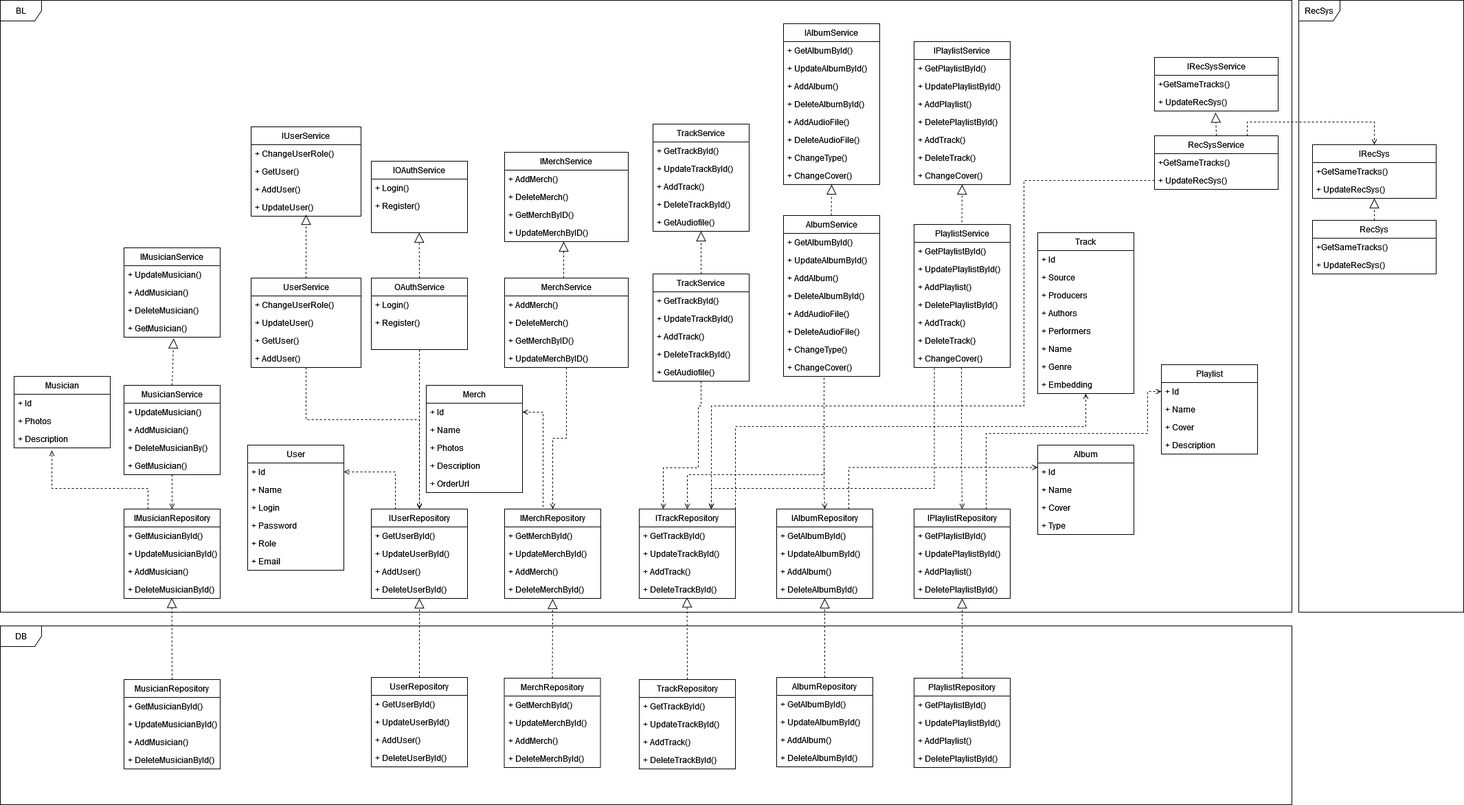
BuldakovMikhail/muzyaka keeps this draw.io diagram as docs/classdiag.png. Above is the earlier version. Source tidied: cells renumbered, new cells last; positions are measured from the earlier drawing's top-left corner, leaving out a move shared by most shapes.
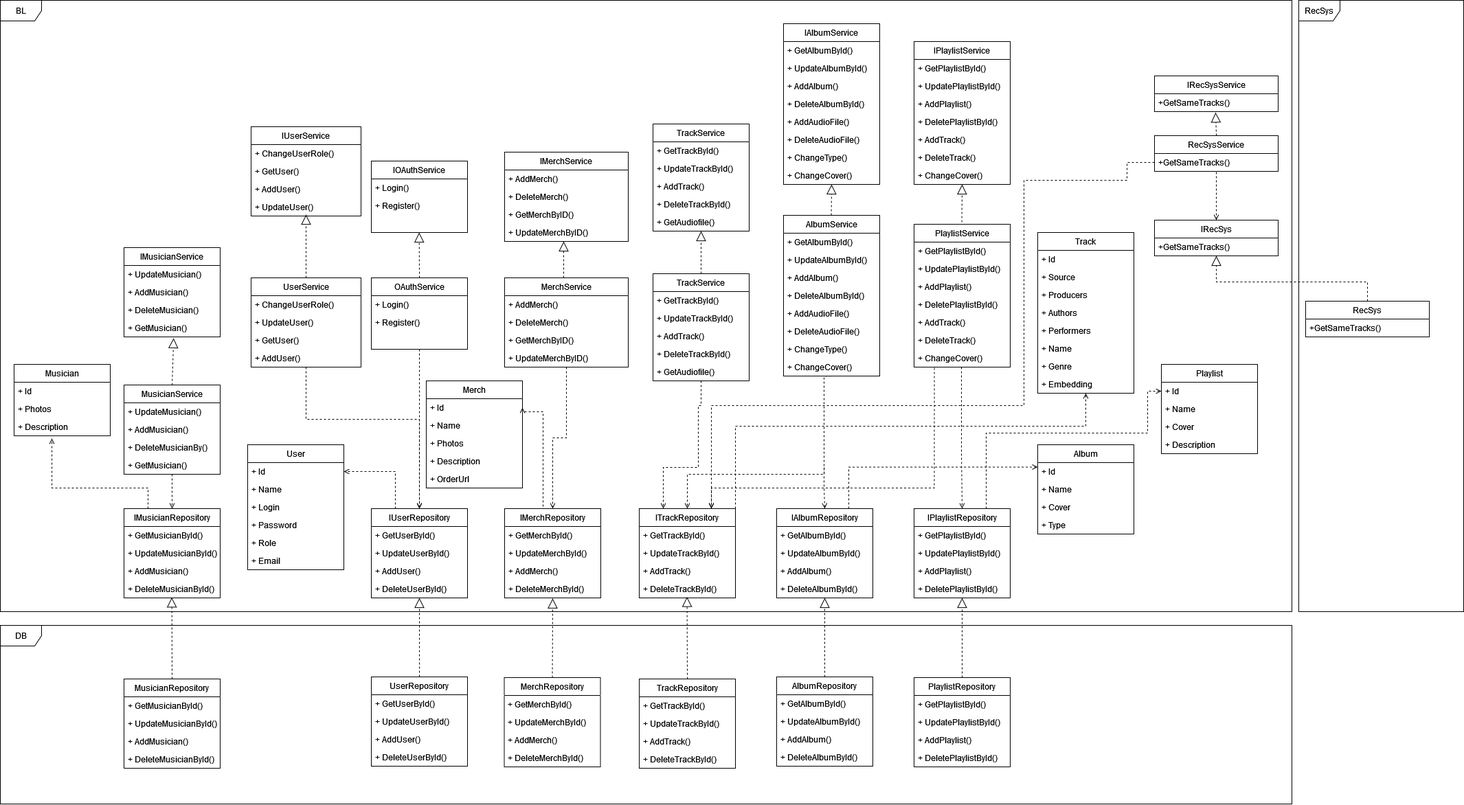
The same file after the commit.

Change to the diagram source:
```diff
@@ -585,7 +585,7 @@
       <mxGeometry width="1880" height="890" as="geometry" />
     </mxCell>
     <mxCell id="175" value="Musician" style="swimlane;fontStyle=0;horizontal=1;startSize=26;fillColor=none;whiteSpace=wrap;html=1;" parent="1" vertex="1">
-      <mxGeometry x="20" y="547" width="140" height="104" as="geometry" />
+      <mxGeometry x="20" y="530" width="140" height="104" as="geometry" />
     </mxCell>
     <mxCell id="176" value="+ Id" style="text;strokeColor=none;fillColor=none;align=left;verticalAlign=top;spacingLeft=4;spacingRight=4;overflow=hidden;whiteSpace=wrap;html=1;" parent="175" vertex="1">
       <mxGeometry y="26" width="140" height="26" as="geometry" />
@@ -626,7 +626,7 @@
       <mxGeometry y="156" width="140" height="26" as="geometry" />
     </mxCell>
     <mxCell id="187" value="Merch" style="swimlane;fontStyle=0;horizontal=1;startSize=26;fillColor=none;whiteSpace=wrap;html=1;" parent="1" vertex="1">
-      <mxGeometry x="620" y="560" width="140" height="156" as="geometry" />
+      <mxGeometry x="620" y="554" width="140" height="156" as="geometry" />
     </mxCell>
     <mxCell id="188" value="+ Id" style="text;strokeColor=none;fillColor=none;align=left;verticalAlign=top;spacingLeft=4;spacingRight=4;overflow=hidden;points=[[0,0.5],[1,0.5]];portConstraint=eastwest;whiteSpace=wrap;html=1;" parent="187" vertex="1">
       <mxGeometry y="26" width="140" height="26" as="geometry" />
@@ -704,53 +704,55 @@
       <mxGeometry x="1890" width="240" height="890" as="geometry" />
     </mxCell>
     <mxCell id="213" value="IRecSys" style="swimlane;fontStyle=0;horizontal=1;startSize=26;fillColor=none;whiteSpace=wrap;html=1;" parent="1" vertex="1">
-      <mxGeometry x="1910" y="210" width="180" height="78" as="geometry" />
+      <mxGeometry x="1680" y="320" width="180" height="52" as="geometry" />
     </mxCell>
     <mxCell id="214" value="+GetSameTracks()" style="text;strokeColor=none;fillColor=none;align=left;verticalAlign=top;spacingLeft=4;spacingRight=4;overflow=hidden;whiteSpace=wrap;html=1;" parent="213" vertex="1">
       <mxGeometry y="26" width="180" height="26" as="geometry" />
     </mxCell>
-    <mxCell id="215" value="+ UpdateRecSys()" style="text;strokeColor=none;fillColor=none;align=left;verticalAlign=top;spacingLeft=4;spacingRight=4;overflow=hidden;points=[[0,0.5],[1,0.5]];portConstraint=eastwest;whiteSpace=wrap;html=1;" parent="213" vertex="1">
-      <mxGeometry y="52" width="180" height="26" as="geometry" />
-    </mxCell>
     <mxCell id="216" value="RecSys" style="swimlane;fontStyle=0;horizontal=1;startSize=26;fillColor=none;whiteSpace=wrap;html=1;" parent="1" vertex="1">
-      <mxGeometry x="1910" y="320" width="180" height="78" as="geometry" />
+      <mxGeometry x="1900" y="438" width="180" height="52" as="geometry" />
     </mxCell>
     <mxCell id="217" value="+GetSameTracks()" style="text;strokeColor=none;fillColor=none;align=left;verticalAlign=top;spacingLeft=4;spacingRight=4;overflow=hidden;whiteSpace=wrap;html=1;" parent="216" vertex="1">
       <mxGeometry y="26" width="180" height="26" as="geometry" />
     </mxCell>
-    <mxCell id="218" value="+ UpdateRecSys()" style="text;strokeColor=none;fillColor=none;align=left;verticalAlign=top;spacingLeft=4;spacingRight=4;overflow=hidden;whiteSpace=wrap;html=1;" parent="216" vertex="1">
-      <mxGeometry y="52" width="180" height="26" as="geometry" />
-    </mxCell>
-    <mxCell id="219" style="endArrow=block;dashed=1;endFill=0;endSize=12;html=1;rounded=0;exitX=0.5;exitY=0;exitDx=0;exitDy=0;" parent="1" edge="1" source="216" target="215">
-      <mxGeometry relative="1" as="geometry" />
+    <mxCell id="219" style="endArrow=block;dashed=1;endFill=0;endSize=12;html=1;rounded=0;exitX=0.5;exitY=0;exitDx=0;exitDy=0;entryX=0.5;entryY=1;entryDx=0;entryDy=0;" parent="1" edge="1" source="216" target="213">
+      <mxGeometry relative="1" as="geometry">
+        <Array as="points">
+          <mxPoint x="1990" y="410" />
+          <mxPoint x="1770" y="410" />
+        </Array>
+      </mxGeometry>
     </mxCell>
-    <mxCell id="220" style="edgeStyle=orthogonalEdgeStyle;rounded=0;jettySize=auto;html=1;exitX=0.75;exitY=0;exitDx=0;exitDy=0;entryX=0.5;entryY=0;entryDx=0;entryDy=0;dashed=1;endArrow=open;endFill=0;" parent="1" edge="1" source="221" target="213">
-      <mxGeometry relative="1" as="geometry" />
+    <mxCell id="220" style="edgeStyle=orthogonalEdgeStyle;rounded=0;jettySize=auto;html=1;exitX=0.5;exitY=1.038;exitDx=0;exitDy=0;entryX=0.5;entryY=0;entryDx=0;entryDy=0;dashed=1;endArrow=open;endFill=0;exitPerimeter=0;" parent="1" edge="1" source="222" target="213">
+      <mxGeometry relative="1" as="geometry">
+        <Array as="points">
+          <mxPoint x="1770" y="290" />
+          <mxPoint x="1770" y="290" />
+        </Array>
+      </mxGeometry>
     </mxCell>
     <mxCell id="221" value="RecSysService" style="swimlane;fontStyle=0;horizontal=1;startSize=26;fillColor=none;whiteSpace=wrap;html=1;" parent="1" vertex="1">
-      <mxGeometry x="1680" y="197" width="180" height="78" as="geometry" />
+      <mxGeometry x="1680" y="197" width="180" height="52" as="geometry" />
     </mxCell>
     <mxCell id="222" value="+GetSameTracks()" style="text;strokeColor=none;fillColor=none;align=left;verticalAlign=top;spacingLeft=4;spacingRight=4;overflow=hidden;points=[[0,0.5],[1,0.5]];portConstraint=eastwest;whiteSpace=wrap;html=1;" parent="221" vertex="1">
       <mxGeometry y="26" width="180" height="26" as="geometry" />
     </mxCell>
-    <mxCell id="223" value="+ UpdateRecSys()" style="text;strokeColor=none;fillColor=none;align=left;verticalAlign=top;spacingLeft=4;spacingRight=4;overflow=hidden;points=[[0,0.5],[1,0.5]];portConstraint=eastwest;whiteSpace=wrap;html=1;" parent="221" vertex="1">
-      <mxGeometry y="52" width="180" height="26" as="geometry" />
-    </mxCell>
     <mxCell id="224" value="IRecSysService" style="swimlane;fontStyle=0;horizontal=1;startSize=26;fillColor=none;whiteSpace=wrap;html=1;" parent="1" vertex="1">
-      <mxGeometry x="1680" y="83" width="180" height="78" as="geometry" />
+      <mxGeometry x="1680" y="110" width="180" height="52" as="geometry" />
     </mxCell>
     <mxCell id="225" value="+GetSameTracks()" style="text;strokeColor=none;fillColor=none;align=left;verticalAlign=top;spacingLeft=4;spacingRight=4;overflow=hidden;whiteSpace=wrap;html=1;" parent="224" vertex="1">
       <mxGeometry y="26" width="180" height="26" as="geometry" />
     </mxCell>
-    <mxCell id="226" value="+ UpdateRecSys()" style="text;strokeColor=none;fillColor=none;align=left;verticalAlign=top;spacingLeft=4;spacingRight=4;overflow=hidden;points=[[0,0.5],[1,0.5]];portConstraint=eastwest;whiteSpace=wrap;html=1;" parent="224" vertex="1">
-      <mxGeometry y="52" width="180" height="26" as="geometry" />
-    </mxCell>
-    <mxCell id="227" style="endArrow=block;dashed=1;endFill=0;endSize=12;html=1;rounded=0;exitX=0.5;exitY=0;exitDx=0;exitDy=0;entryX=0.494;entryY=1.09;entryDx=0;entryDy=0;entryPerimeter=0;" parent="1" edge="1" source="221" target="226">
-      <mxGeometry relative="1" as="geometry" />
+    <mxCell id="227" style="endArrow=block;dashed=1;endFill=0;endSize=12;html=1;rounded=0;exitX=0.5;exitY=0;exitDx=0;exitDy=0;entryX=0.494;entryY=1.09;entryDx=0;entryDy=0;entryPerimeter=0;" parent="1" edge="1" source="221">
+      <mxGeometry relative="1" as="geometry">
+        <mxPoint x="1768.9" y="163.3" as="targetPoint" />
+      </mxGeometry>
     </mxCell>
-    <mxCell id="228" style="edgeStyle=orthogonalEdgeStyle;rounded=0;jettySize=auto;html=1;exitX=0;exitY=0.5;exitDx=0;exitDy=0;entryX=0.75;entryY=0;entryDx=0;entryDy=0;endArrow=open;endFill=0;dashed=1;" parent="1" edge="1" source="223" target="59">
+    <mxCell id="228" style="edgeStyle=orthogonalEdgeStyle;rounded=0;jettySize=auto;html=1;exitX=0;exitY=0.5;exitDx=0;exitDy=0;entryX=0.75;entryY=0;entryDx=0;entryDy=0;endArrow=open;endFill=0;dashed=1;" parent="1" edge="1" source="222" target="59">
       <mxGeometry relative="1" as="geometry">
         <Array as="points">
+          <mxPoint x="1640" y="236" />
+          <mxPoint x="1640" y="262" />
           <mxPoint x="1490" y="262" />
           <mxPoint x="1490" y="590" />
           <mxPoint x="1035" y="590" />
```
